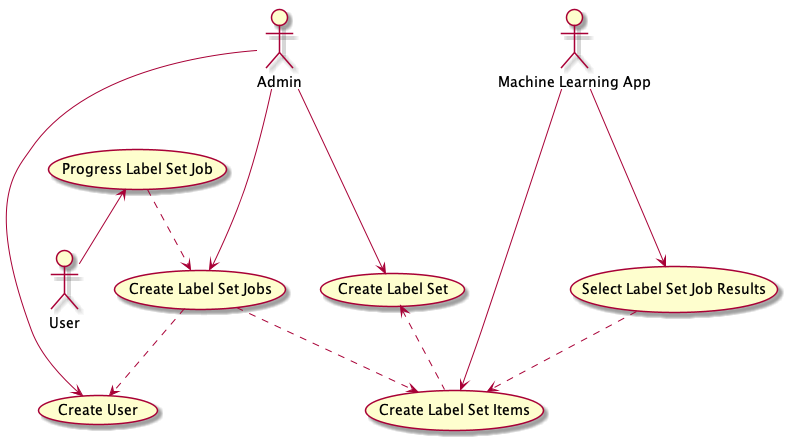
Before: doc/plantuml/use_cases.png, a diagram exported from PlantUML (BigNerd/dblit).
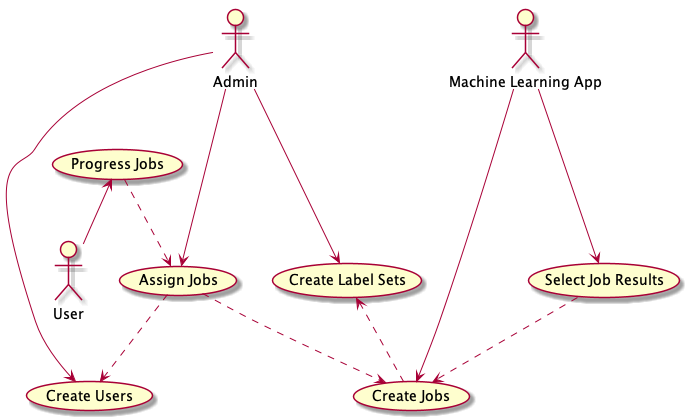
Above is the later version.

Change to the diagram source:
```diff
@@ -6,27 +6,25 @@
 :ML: as "Machine Learning App"
 
 
-(Create User) as (create_user)
-(Create Label Set) as (create_label_set)
-(Create Label Set Items) as (create_items)
-(Create Label Set Jobs) as (create_jobs)
-(Progress Label Set Job) as (progress_job)
-(Select Label Set Job Results) as (select_results)
+(Create Users) as (create_users)
+(Create Label Sets) as (create_label_sets)
+(Create Jobs) as (create_jobs)
+(Assign Jobs) as (assign_jobs)
+(Progress Jobs) as (progress_jobs)
+(Select Job Results) as (select_job_results)
 
-(create_items) .up.> (create_label_set)
-(create_jobs) ..> (create_user)
-(create_jobs) ..> (create_items)
-(progress_job) ..> (create_jobs)
-(select_results) ..> (create_items)
+(create_jobs) .up.> (create_label_sets)
+(assign_jobs) ..> (create_users)
+(assign_jobs) ..> (create_jobs)
+(progress_jobs) ..> (assign_jobs)
+(select_job_results) ..> (create_jobs)
 
 
-Admin ---> (create_user)
-Admin ---> (create_label_set)
-ML ---> (create_items)
-Admin ---> (create_jobs)
-
-User -up-> (progress_job)
-
-ML ---> (select_results)
+Admin ---> (create_users)
+Admin ---> (create_label_sets)
+ML ---> (create_jobs)
+Admin ---> (assign_jobs)
+User -up-> (progress_jobs)
+ML ---> (select_job_results)
 
 @enduml
```
